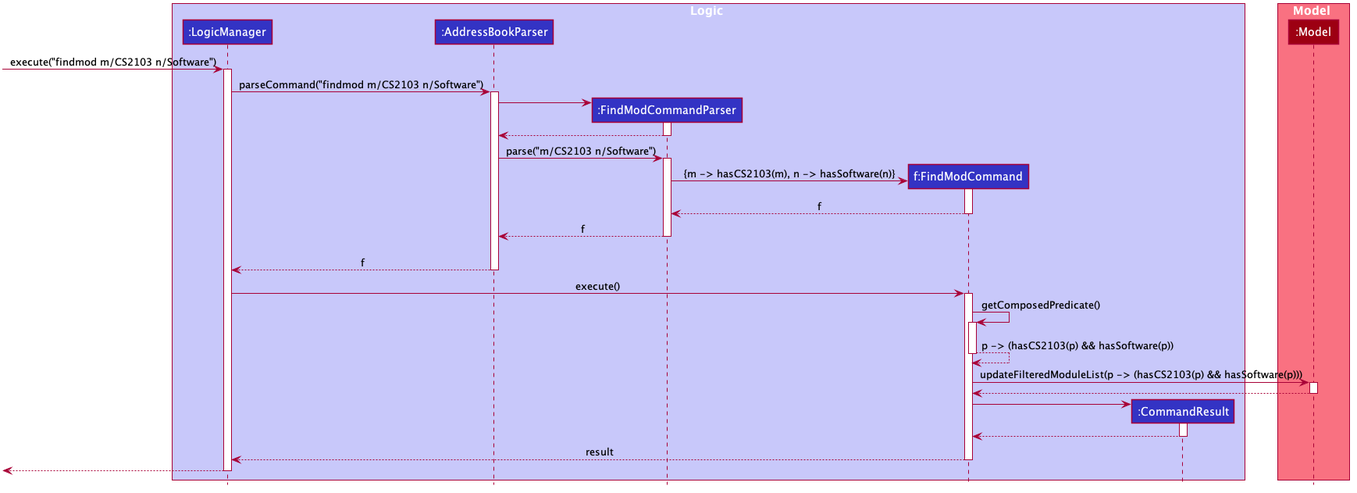
Earlier version of the PlantUML export docs/images/FindmodSequenceDiagram.png (nus-cs2103-AY2021S1/tp).
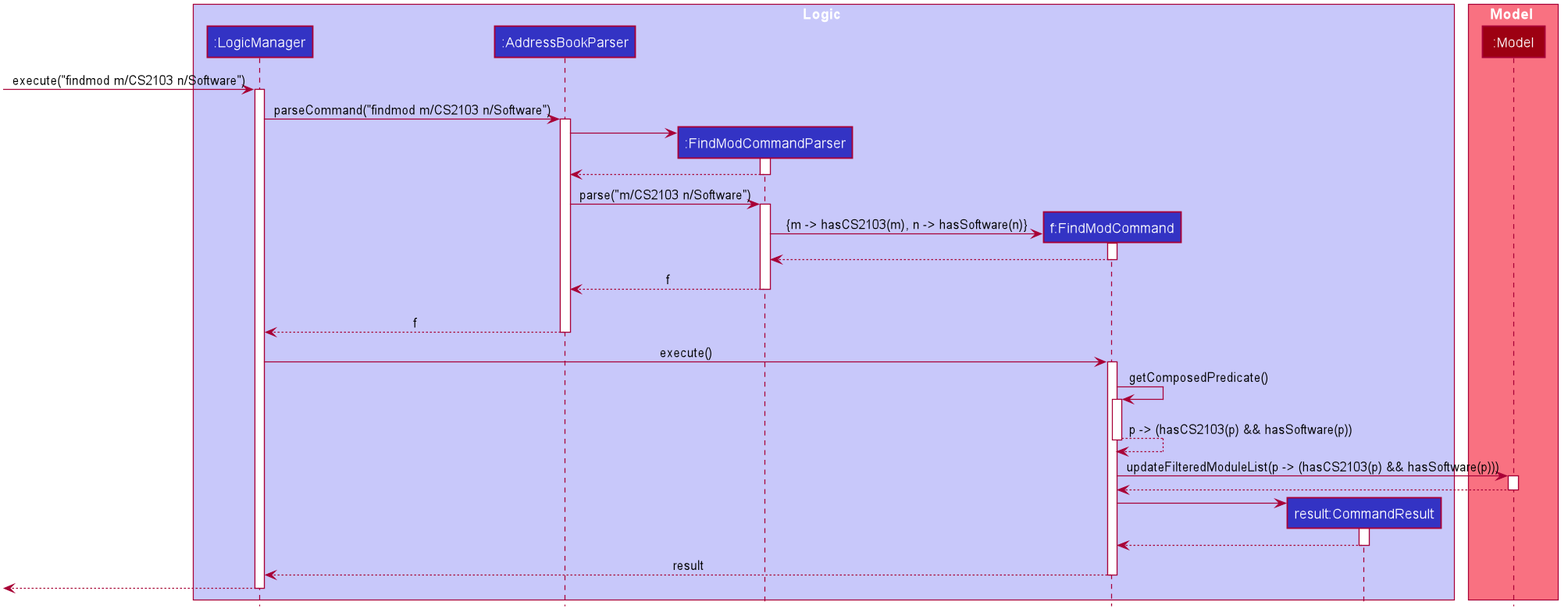
After the change.

Commit message:
Minor changes to sequence diagrams

What changed in the source:
```diff
@@ -53,7 +53,7 @@
 participant ":AddressBookParser" as AddressBookParser #3333C4
 participant ":FindModCommandParser" as FindModCommandParser #3333C4
 participant "f:FindModCommand" as FindModCommand #3333C4
-participant ":CommandResult" as CommandResult #3333C4
+participant "result:CommandResult" as CommandResult #3333C4
 end box
 
 box Model #F97181
@@ -79,7 +79,7 @@
 create FindModCommand
 FindModCommandParser -> FindModCommand : {m -> hasCS2103(m), n -> hasSoftware(n)}
 activate FindModCommand
-FindModCommand --> FindModCommandParser : f
+FindModCommand --> FindModCommandParser
 deactivate FindModCommand
 
 FindModCommandParser --> AddressBookParser : f
```
